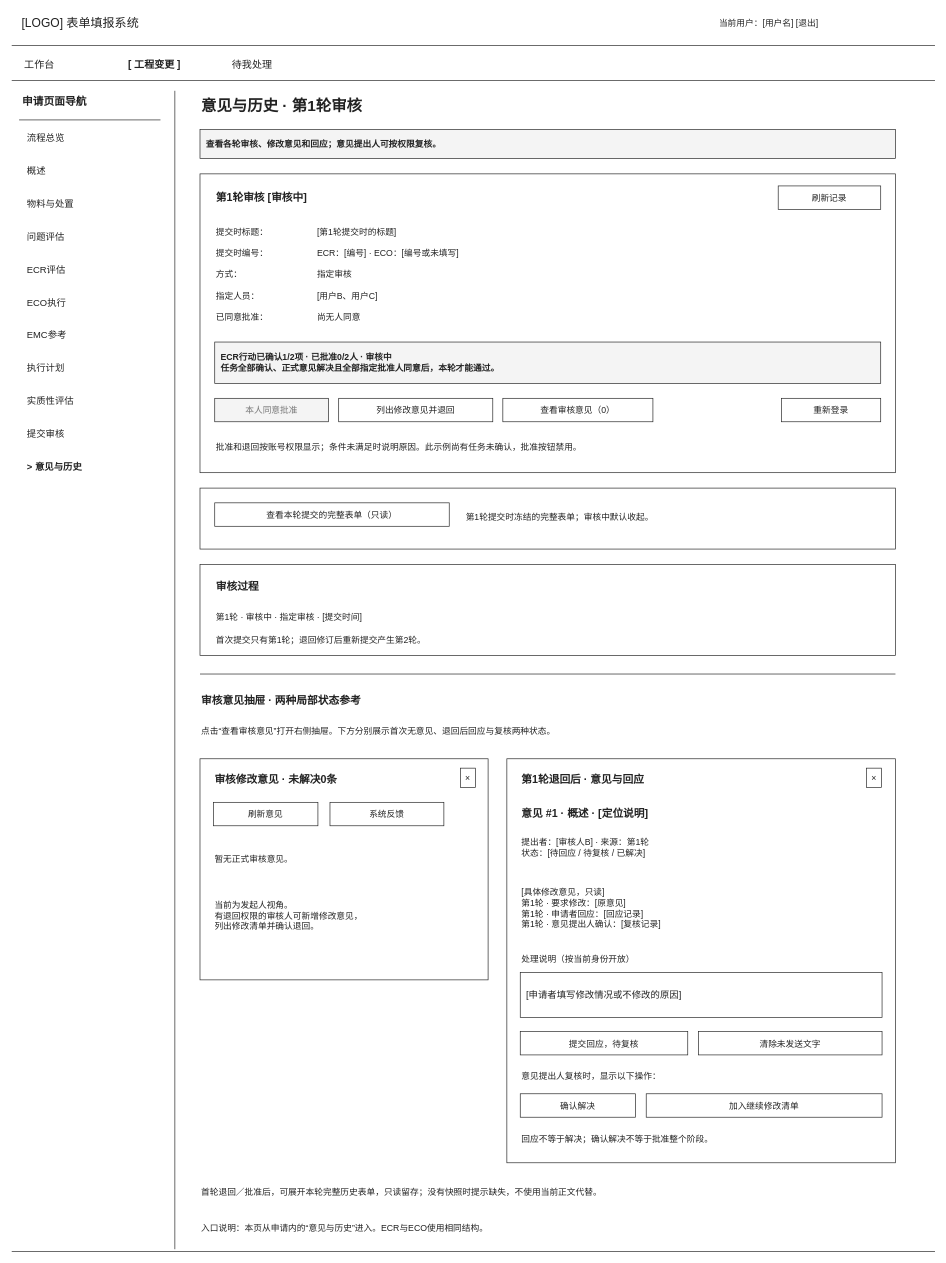
This is page "14 意见与历史（第1轮审核）" (14 of 17) of docs/线框图1.4.drawio from jack1415926/form-filling-system, a draw.io file, before an edit. Source tidied: cells renumbered, new cells numbered last; positions are measured from the earlier drawing's top-left corner, leaving out a move shared by most shapes. Both pictures are drawn from the tidied source at 67%, with x=0, y=0 at pixel (11, 11).
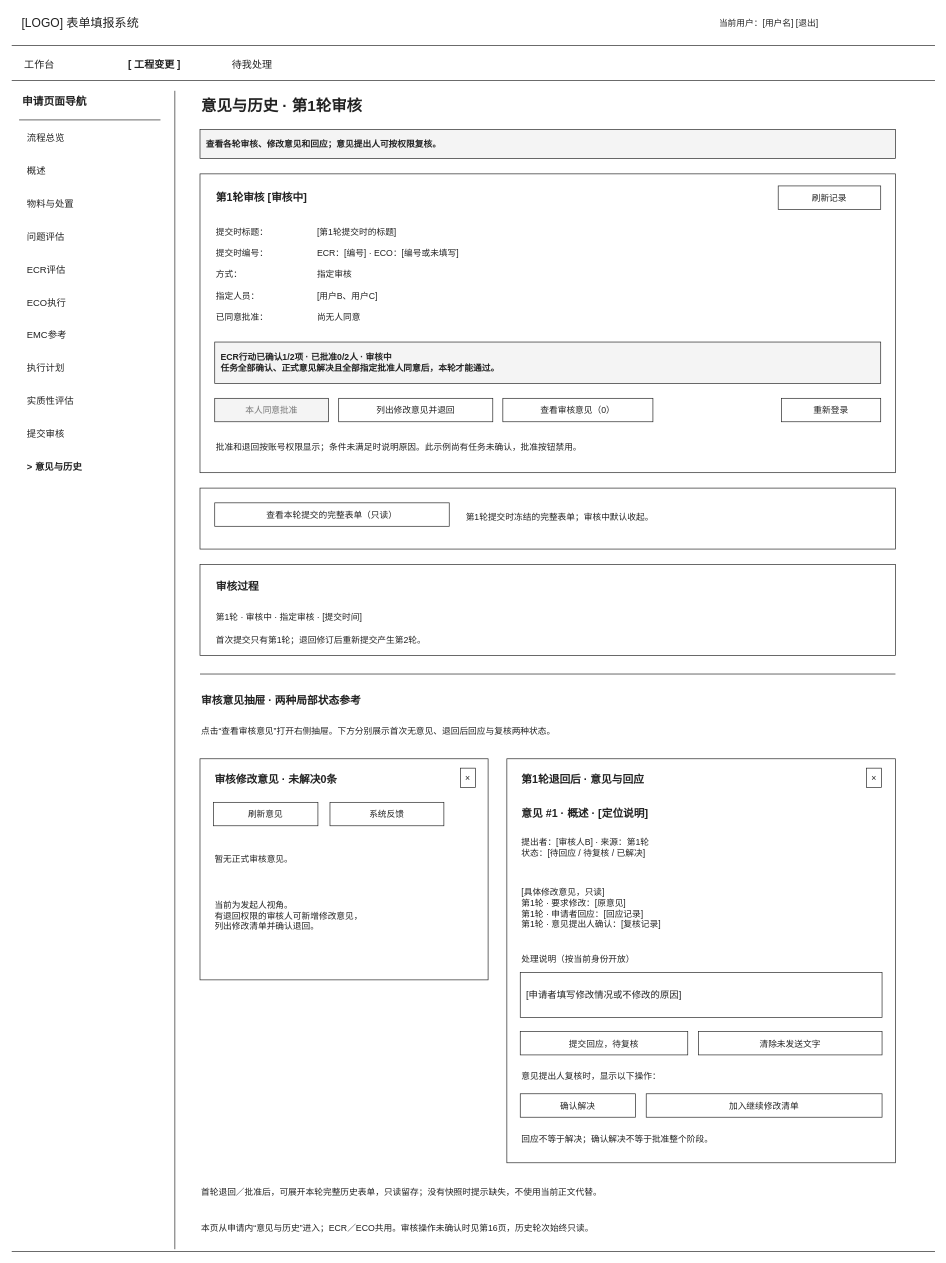
The same page after the edit.

What changed in the source:
```diff
@@
-    <mxCell id="77" value="入口说明：本页从申请内的“意见与历史”进入。ECR与ECO使用相同结构。" style="text;html=0;whiteSpace=wrap;strokeColor=none;fillColor=none;align=left;verticalAlign=middle;fontSize=13;fontFamily=Microsoft YaHei;fontColor=#222222;spacingLeft=0;spacingRight=0;" parent="1" vertex="1">
+    <mxCell id="77" value="本页从申请内“意见与历史”进入；ECR／ECO共用。审核操作未确认时见第16页，历史轮次始终只读。" style="text;html=0;whiteSpace=wrap;strokeColor=none;fillColor=none;align=left;verticalAlign=middle;fontSize=13;fontFamily=Microsoft YaHei;fontColor=#222222;spacingLeft=0;spacingRight=0;" parent="1" vertex="1">
       <mxGeometry x="281" y="1797" width="1038" height="35" as="geometry" />
     </mxCell>
```
